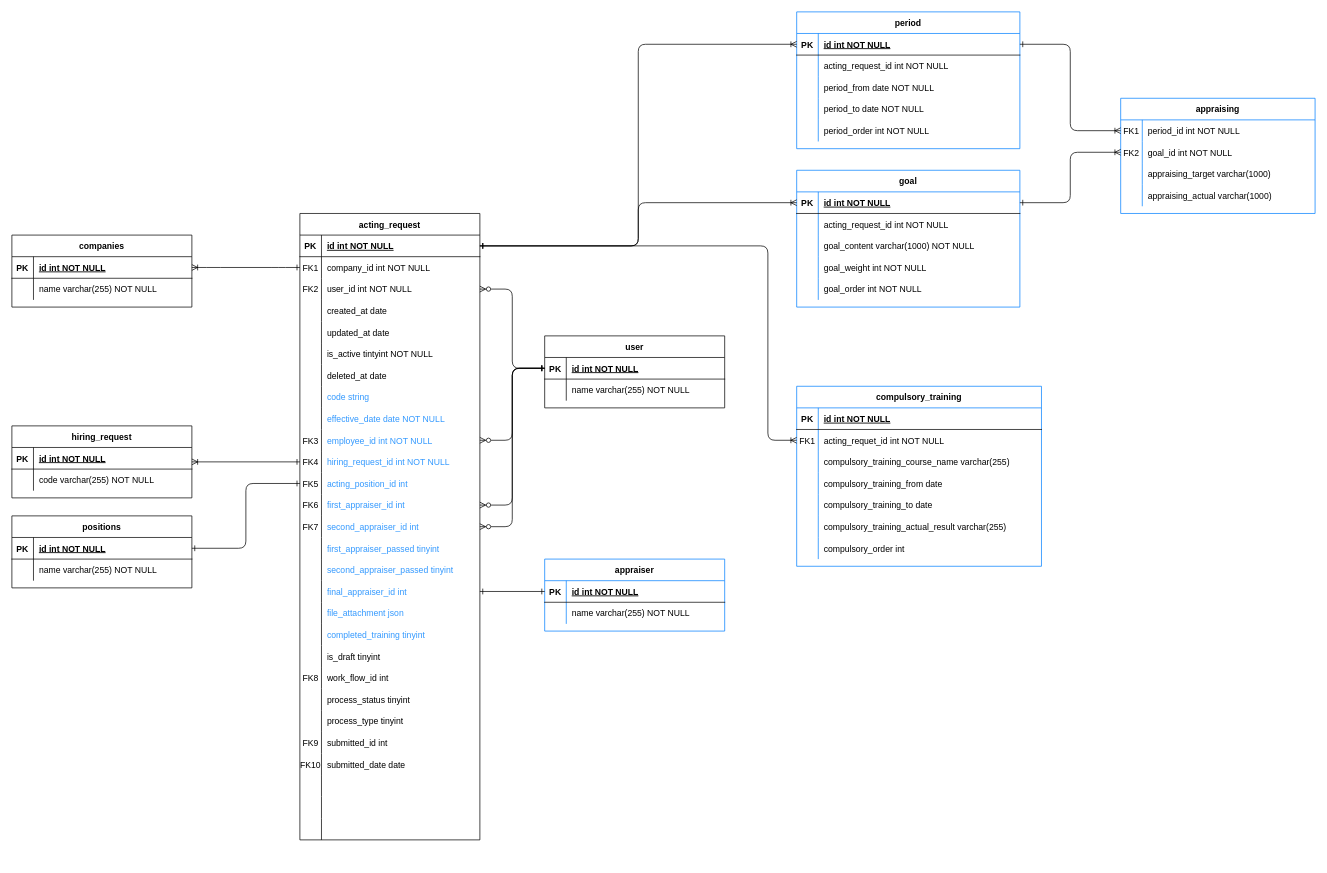
Above: hrtech_acting_request.drawio in minh91a1/drawio (draw.io), before the change. Source tidied: cells renumbered, new cells numbered last; positions are measured from the earlier drawing's top-left corner, leaving out a move shared by most shapes. Both pictures are drawn from the tidied source at 72%, with x=0, y=0 at pixel (12, 12).
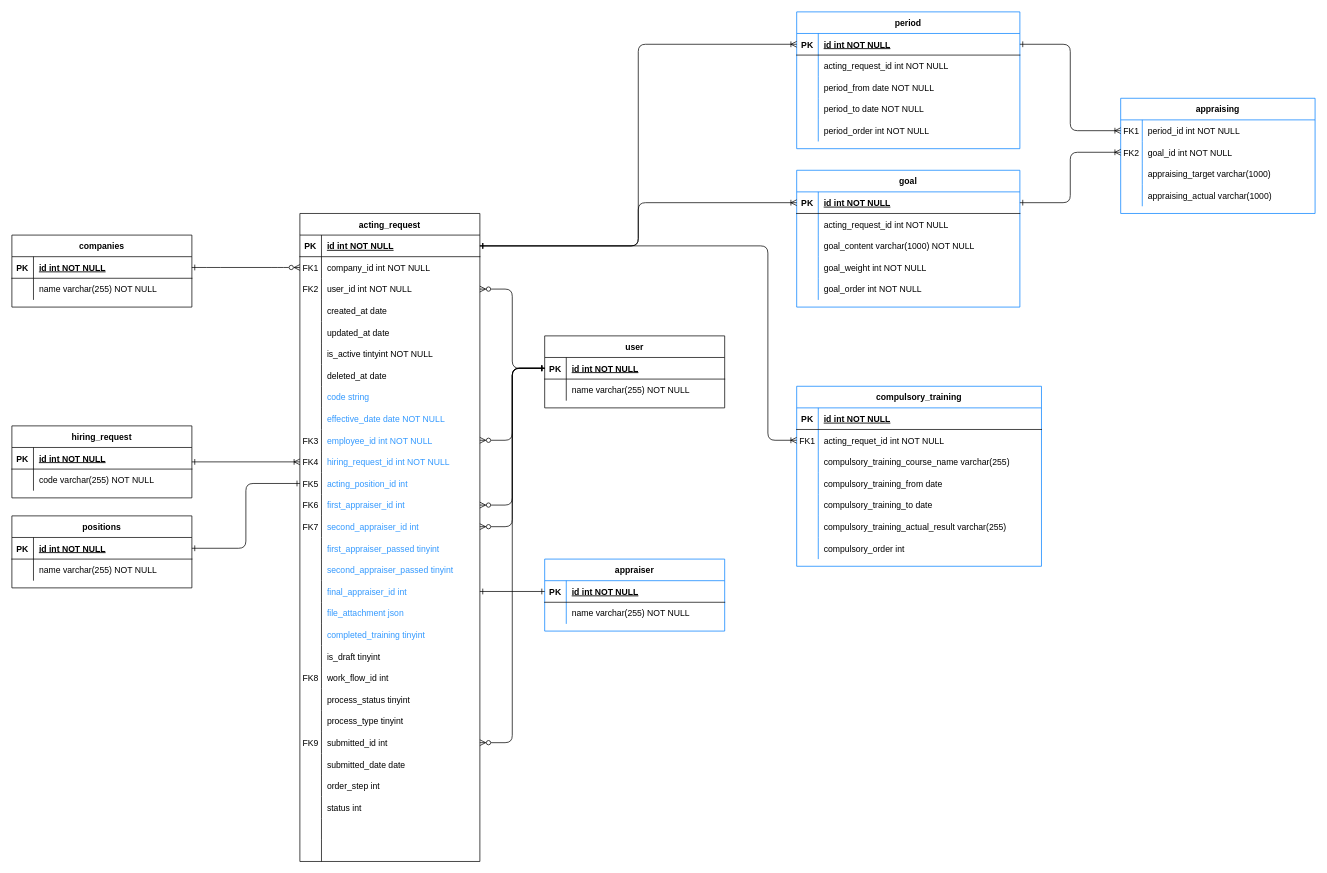
Above is the later version.

Unchanged cells that the change refers to:
```xml
<mxCell id="7" style="shape=partialRectangle;fillColor=none;points=[[0,0.5],[1,0.5]];portConstraint=eastwest;top=0;left=0;right=0;bottom=0;" parent="3" vertex="1">
  <mxGeometry y="60" width="250" height="30" as="geometry" />
</mxCell>
<mxCell id="34" style="shape=partialRectangle;fillColor=none;points=[[0,0.5],[1,0.5]];portConstraint=eastwest;top=0;left=0;right=0;bottom=0;" parent="3" vertex="1">
  <mxGeometry y="330" width="250" height="30" as="geometry" />
</mxCell>
<mxCell id="73" style="shape=partialRectangle;fillColor=none;points=[[0,0.5],[1,0.5]];portConstraint=eastwest;top=0;left=0;right=0;bottom=0;" parent="3" vertex="1">
  <mxGeometry y="720" width="250" height="30" as="geometry" />
</mxCell>
<mxCell id="76" style="shape=partialRectangle;fillColor=none;top=0;left=0;right=0;bottom=0;" parent="3" vertex="1">
  <mxGeometry y="750" width="250" height="30" as="geometry" />
</mxCell>
<mxCell id="79" style="shape=partialRectangle;fillColor=none;top=0;left=0;right=0;bottom=0;" parent="3" vertex="1">
  <mxGeometry y="780" width="250" height="30" as="geometry" />
</mxCell>
<mxCell id="82" style="shape=partialRectangle;fillColor=none;top=0;left=0;right=0;bottom=0;" parent="3" vertex="1">
  <mxGeometry y="810" width="250" height="30" as="geometry" />
</mxCell>
<mxCell id="89" style="shape=partialRectangle;fillColor=none;points=[[0,0.5],[1,0.5]];portConstraint=eastwest;top=0;left=0;right=0;bottom=1;" parent="88" vertex="1">
  <mxGeometry y="30" width="250" height="30" as="geometry" />
</mxCell>
<mxCell id="96" style="shape=partialRectangle;fillColor=none;points=[[0,0.5],[1,0.5]];portConstraint=eastwest;top=0;left=0;right=0;bottom=1;" parent="95" vertex="1">
  <mxGeometry y="30" width="250" height="30" as="geometry" />
</mxCell>
<mxCell id="103" value="hiring_request" style="shape=table;startSize=30;childLayout=tableLayout;rowLines=0;fontStyle=1;align=center;" parent="1" vertex="1">
  <mxGeometry y="575" width="250" height="100" as="geometry" />
</mxCell>
```

Diff of the diagram source:
```diff
@@
-    <mxCell id="2" style="edgeStyle=entityRelationEdgeStyle;endArrow=ERone;startArrow=ERoneToMany;endFill=0;startFill=0;" parent="1" edge="1" source="89" target="7">
+    <mxCell id="2" style="edgeStyle=entityRelationEdgeStyle;endArrow=ERzeroToMany;startArrow=ERone;endFill=0;startFill=0;" parent="1" edge="1" source="89" target="7">
       <mxGeometry relative="1" as="geometry" />
     </mxCell>
     <mxCell id="3" value="acting_request" style="shape=table;startSize=30;childLayout=tableLayout;rowLines=0;fontStyle=1;align=center;" parent="1" vertex="1">
-      <mxGeometry x="400" y="280" width="250" height="870" as="geometry" />
+      <mxGeometry x="400" y="280" width="250" height="900" as="geometry" />
     </mxCell>
@@
-    <mxCell id="77" value="FK10" style="shape=partialRectangle;overflow=hidden;fillColor=none;top=0;left=0;bottom=0;right=0;" parent="76" vertex="1">
+    <mxCell id="77" style="shape=partialRectangle;overflow=hidden;fillColor=none;top=0;left=0;bottom=0;right=0;" parent="76" vertex="1">
       <mxGeometry width="30" height="30" as="geometry" />
     </mxCell>
@@
-    <mxCell id="81" style="shape=partialRectangle;overflow=hidden;fillColor=none;top=0;left=0;bottom=0;right=0;align=left;spacingLeft=6;" parent="79" vertex="1">
+    <mxCell id="81" value="order_step int" style="shape=partialRectangle;overflow=hidden;fillColor=none;top=0;left=0;bottom=0;right=0;align=left;spacingLeft=6;" parent="79" vertex="1">
       <mxGeometry x="30" width="220" height="30" as="geometry" />
     </mxCell>
@@
-    <mxCell id="84" style="shape=partialRectangle;overflow=hidden;fillColor=none;top=0;left=0;bottom=0;right=0;align=left;spacingLeft=6;" parent="82" vertex="1">
+    <mxCell id="84" value="status int" style="shape=partialRectangle;overflow=hidden;fillColor=none;top=0;left=0;bottom=0;right=0;align=left;spacingLeft=6;" parent="82" vertex="1">
       <mxGeometry x="30" width="220" height="30" as="geometry" />
     </mxCell>
@@
+    <mxCell id="202" style="shape=partialRectangle;fillColor=none;top=0;left=0;right=0;bottom=0;" parent="3" vertex="1">
+      <mxGeometry y="870" width="250" height="30" as="geometry" />
+    </mxCell>
+    <mxCell id="203" style="shape=partialRectangle;overflow=hidden;fillColor=none;top=0;left=0;bottom=0;right=0;" parent="202" vertex="1">
+      <mxGeometry width="30" height="30" as="geometry" />
+    </mxCell>
+    <mxCell id="204" style="shape=partialRectangle;overflow=hidden;fillColor=none;top=0;left=0;bottom=0;right=0;align=left;spacingLeft=6;" parent="202" vertex="1">
+      <mxGeometry x="30" width="220" height="30" as="geometry" />
+    </mxCell>
@@
-    <mxCell id="110" style="edgeStyle=orthogonalEdgeStyle;rounded=1;jettySize=auto;html=1;entryX=0;entryY=0.5;entryDx=0;entryDy=0;endArrow=ERone;endFill=0;startArrow=ERoneToMany;startFill=0;exitX=1;exitY=0.5;exitDx=0;exitDy=0;" parent="1" edge="1" source="103" target="34">
-      <mxGeometry relative="1" as="geometry" />
-    </mxCell>
@@
+    <mxCell id="110" style="edgeStyle=orthogonalEdgeStyle;rounded=1;jettySize=auto;html=1;entryX=1;entryY=0.5;entryDx=0;entryDy=0;endArrow=ERone;endFill=0;startArrow=ERoneToMany;startFill=0;exitX=0;exitY=0.5;exitDx=0;exitDy=0;" parent="1" edge="1" source="34" target="103">
+      <mxGeometry relative="1" as="geometry" />
+    </mxCell>
+    <mxCell id="205" style="edgeStyle=orthogonalEdgeStyle;rounded=1;jettySize=auto;html=1;endArrow=ERzeroToMany;endFill=0;startArrow=ERone;startFill=0;exitX=0;exitY=0.5;exitDx=0;exitDy=0;entryX=1;entryY=0.5;entryDx=0;entryDy=0;" parent="1" edge="1" source="96" target="73">
+      <mxGeometry relative="1" as="geometry" />
+    </mxCell>
```
